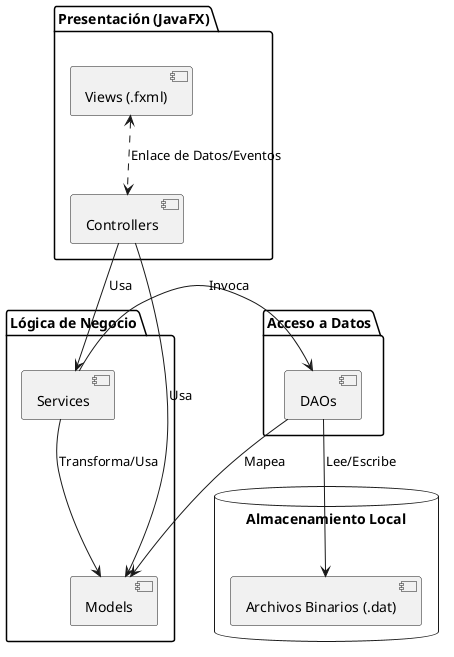
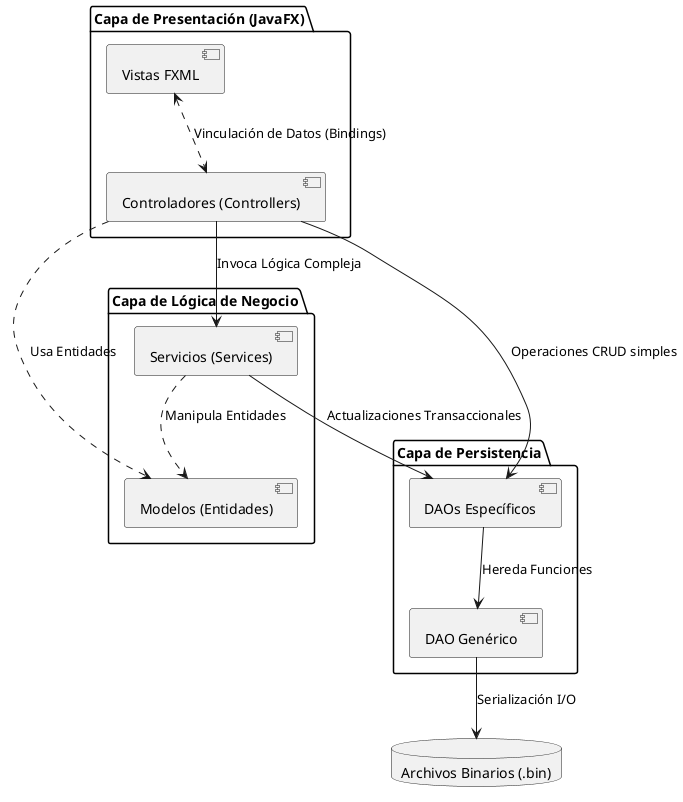
@startuml
- package "Presentación (JavaFX)" {
-   [Views (.fxml)] as views
-   [Controllers] as controllers
+ package "Capa de Presentación (JavaFX)" {
+   [Controladores (Controllers)] as C
+   [Vistas FXML] as V
}

- package "Lógica de Negocio" {
-   [Services] as services
-   [Models] as models
+ package "Capa de Lógica de Negocio" {
+   [Servicios (Services)] as S
+   [Modelos (Entidades)] as M
}

- package "Acceso a Datos" {
-   [DAOs] as daos
+ package "Capa de Persistencia" {
+   [DAO Genérico] as GDAO
+   [DAOs Específicos] as DAO
}

- database "Almacenamiento Local" {
-   [Archivos Binarios (.dat)] as files
- }
+ database "Archivos Binarios (.bin)" as DB

- views <..> controllers : Enlace de Datos/Eventos
- controllers --> services : Usa
- controllers --> models : Usa
- services --> daos : Invoca
- daos --> files : Lee/Escribe
- services --> models : Transforma/Usa
- daos --> models : Mapea
+ V <..> C : Vinculación de Datos (Bindings)
+ C --> S : Invoca Lógica Compleja
+ C --> DAO : Operaciones CRUD simples
+ S --> DAO : Actualizaciones Transaccionales
+ DAO --> GDAO : Hereda Funciones
+ GDAO --> DB : Serialización I/O
+ C ..> M : Usa Entidades
+ S ..> M : Manipula Entidades
@enduml
